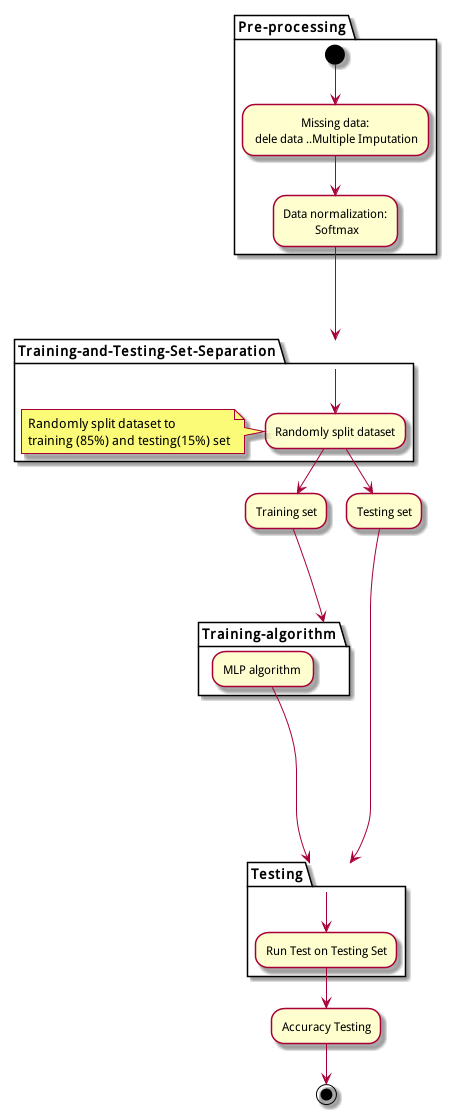
Earlier version of the PlantUML export docs/Machine Learning/Neural Networks/MLP/sample/東海機器學習作業/Heart Disease/uml.png (Lu-Yi-Hsun/home).
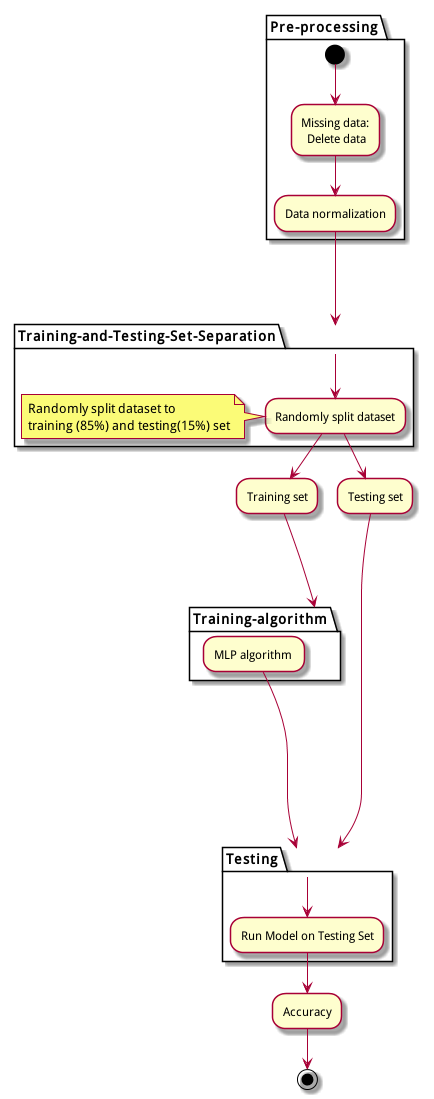
Above is the later version.

What changed in the source:
```diff
@@ -1,8 +1,8 @@
 @startuml
 
 partition Pre-processing {
-  (*) --> "Missing data:\n dele data ..Multiple Imputation"
-  --> "Data normalization:\n Softmax"
+  (*) --> "Missing data:\n Delete data"
+  --> "Data normalization"
   ----> "Training-and-Testing-Set-Separation"
 
 }
@@ -22,11 +22,11 @@
  "MLP algorithm "-->Testing
 }
 partition Testing {
--->"Run Test on Testing Set"
+-->"Run Model on Testing Set"
 
 }
 
-"Run Test on Testing Set"-->"Accuracy Testing"
-"Accuracy Testing"--> (*)
+"Run Model on Testing Set"-->"Accuracy"
+"Accuracy"--> (*)
 
 @enduml
```
